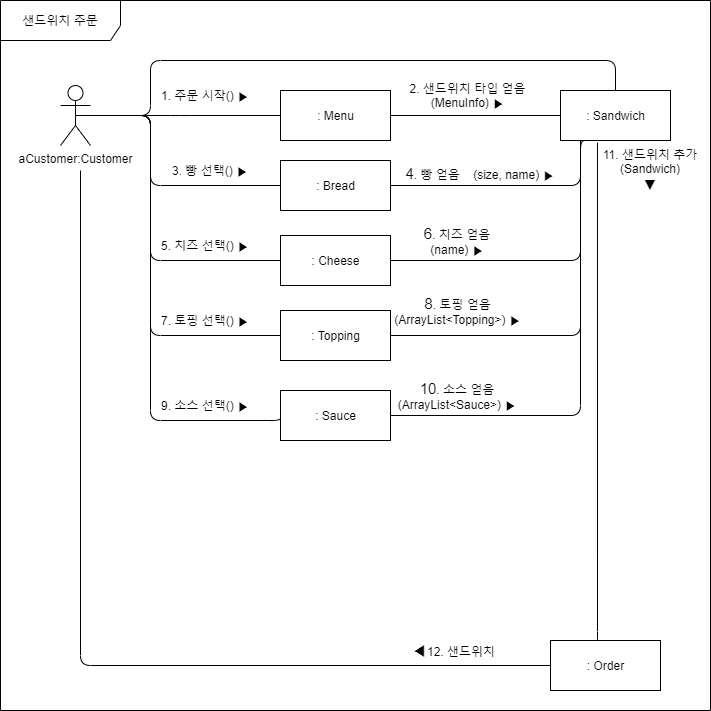
distroytest/KNUSD-20202-Team05 keeps this draw.io diagram as 상세명세서/Behavioral Model/communication diagram/select sandwich2.png. Above is the earlier version. Source tidied: cells renumbered, new cells last; positions are measured from the earlier drawing's top-left corner, leaving out a move shared by most shapes.
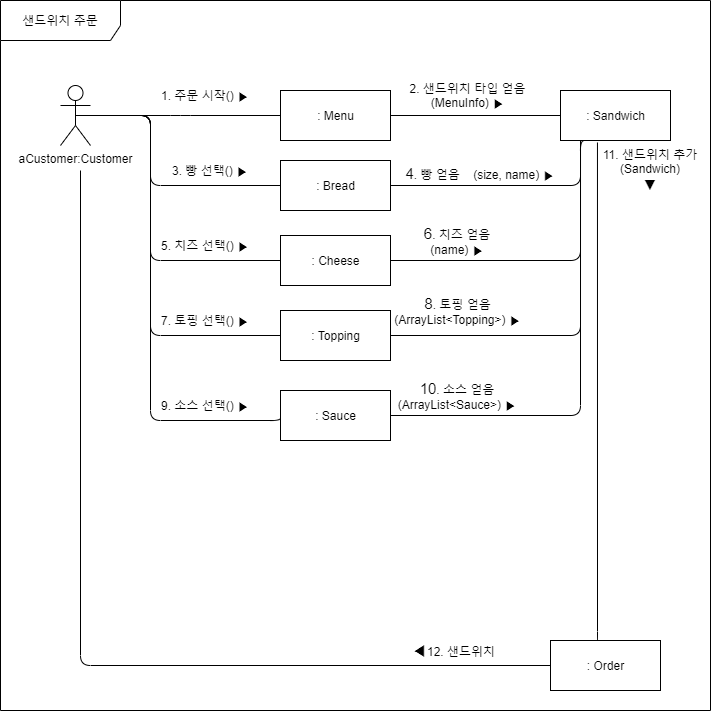
The same diagram one commit later.

Diff of the diagram source:
```diff
@@ -146,15 +146,6 @@
     <mxCell id="32" value="9. 소스 선택() ▶" style="text;html=1;strokeColor=none;fillColor=none;align=center;verticalAlign=middle;whiteSpace=wrap;rounded=0;" parent="1" vertex="1">
       <mxGeometry x="160" y="395" width="90" height="20" as="geometry" />
     </mxCell>
-    <mxCell id="33" style="endArrow=none;html=1;edgeStyle=orthogonalEdgeStyle;exitX=0.5;exitY=0.5;exitDx=0;exitDy=0;exitPerimeter=0;entryX=0.5;entryY=0;entryDx=0;entryDy=0;" parent="1" edge="1" source="2" target="6">
-      <mxGeometry relative="1" as="geometry">
-        <Array as="points">
-          <mxPoint x="150" y="115" />
-          <mxPoint x="150" y="60" />
-          <mxPoint x="615" y="60" />
-        </Array>
-      </mxGeometry>
-    </mxCell>
     <mxCell id="34" value="11. 샌드위치 추가(Sandwich)&lt;br&gt;&lt;span style=&quot;font-family: , sans-serif ; font-size: 15px ; background-color: rgb(255 , 255 , 255)&quot;&gt;▼&lt;/span&gt;" style="text;html=1;strokeColor=none;fillColor=none;align=center;verticalAlign=middle;whiteSpace=wrap;rounded=0;" parent="1" vertex="1">
       <mxGeometry x="600" y="160" width="100" height="20" as="geometry" />
     </mxCell>
```
